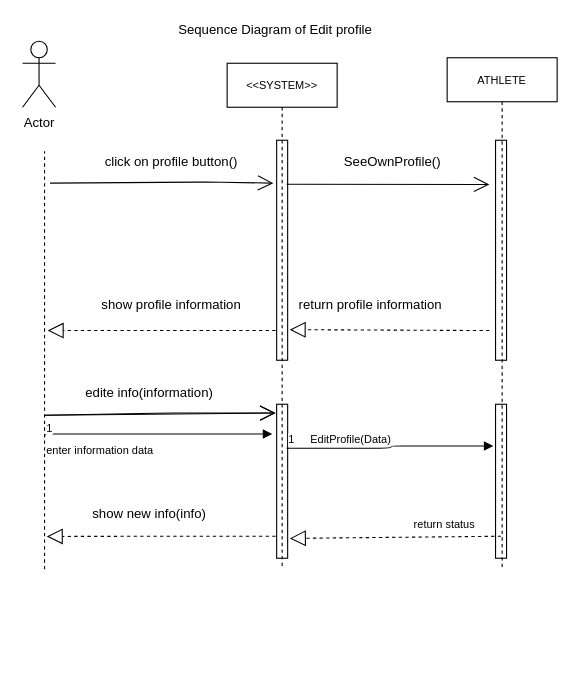
The draw.io diagram Behavioral Modeling/Sequence Diagram of Edit profile.drawio in mmohajer9/sama-online-coaching-system, before the edit. Source tidied: cells renumbered, new cells numbered last; positions are measured from the earlier drawing's top-left corner, leaving out a move shared by most shapes. Both pictures are drawn from the tidied source at 110%, with x=0, y=0 at pixel (22, 19).
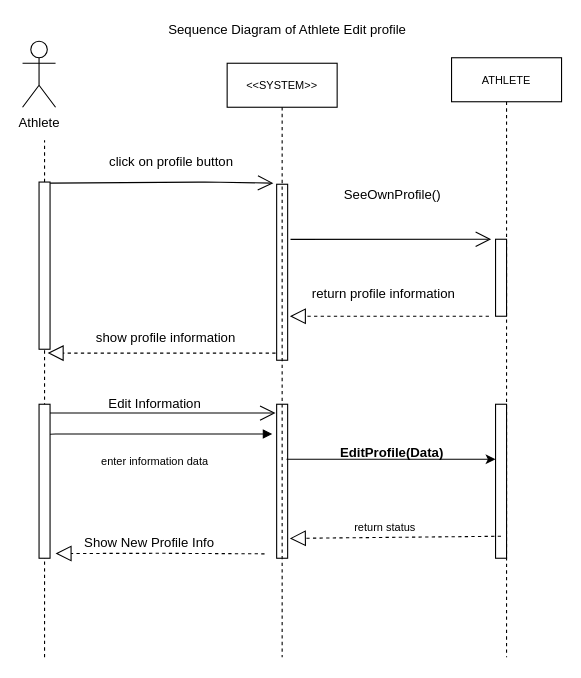
The same page after the edit.

Unchanged cells that the change refers to:
```xml
<mxCell id="23" style="html=1;points=[];perimeter=orthogonalPerimeter;" parent="1" vertex="1">
  <mxGeometry x="430" y="350" width="10" height="140" as="geometry" />
</mxCell>
```

The edit, as a diff of the source:
```diff
@@
-    <mxCell id="2" value="Actor" style="shape=umlActor;verticalLabelPosition=bottom;labelBackgroundColor=#ffffff;verticalAlign=top;html=1;" parent="1" vertex="1">
+    <mxCell id="2" value="Athlete" style="shape=umlActor;verticalLabelPosition=bottom;labelBackgroundColor=#ffffff;verticalAlign=top;html=1;" parent="1" vertex="1">
       <mxGeometry y="20" width="30" height="60" as="geometry" />
     </mxCell>
     <mxCell id="3" style="html=1;points=[];perimeter=orthogonalPerimeter;" parent="1" vertex="1">
-      <mxGeometry x="430" y="110" width="10" height="200" as="geometry" />
+      <mxGeometry x="430" y="200" width="10" height="70" as="geometry" />
     </mxCell>
-    <mxCell id="4" value="click on profile button()" style="text;html=1;align=center;verticalAlign=middle;" parent="1" vertex="1">
-      <mxGeometry x="65" y="120" width="140" height="20" as="geometry" />
+    <mxCell id="4" value="click on profile button" style="text;html=1;align=center;verticalAlign=middle;" parent="1" vertex="1">
+      <mxGeometry x="70" y="120" width="130" height="20" as="geometry" />
     </mxCell>
@@
     <mxCell id="6" style="endArrow=block;dashed=1;endFill=0;endSize=12;html=1;entryX=1.28;entryY=0.865;entryDx=0;entryDy=0;entryPerimeter=0;" parent="1" edge="1">
       <mxGeometry relative="1" as="geometry">
-        <mxPoint x="230" y="283" as="sourcePoint" />
-        <mxPoint x="22.8" y="283" as="targetPoint" />
+        <mxPoint x="230" y="303.5" as="sourcePoint" />
+        <mxPoint x="22.8" y="303.5" as="targetPoint" />
       </mxGeometry>
     </mxCell>
     <mxCell id="7" value="show profile information&lt;br&gt;" style="text;html=1;align=center;verticalAlign=middle;" parent="1" vertex="1">
-      <mxGeometry x="65" y="250" width="140" height="20" as="geometry" />
+      <mxGeometry x="60" y="280" width="140" height="20" as="geometry" />
     </mxCell>
@@
     <mxCell id="9" style="endArrow=open;endFill=1;endSize=12;html=1;" parent="1" edge="1">
       <mxGeometry relative="1" as="geometry">
-        <mxPoint x="20" y="360" as="sourcePoint" />
+        <mxPoint x="20" y="358" as="sourcePoint" />
         <mxPoint x="230" y="358" as="targetPoint" />
       </mxGeometry>
     </mxCell>
     <mxCell id="10" style="endArrow=block;dashed=1;endFill=0;endSize=12;html=1;entryX=1.2;entryY=0.876;entryDx=0;entryDy=0;entryPerimeter=0;" parent="1" edge="1">
       <mxGeometry relative="1" as="geometry">
-        <mxPoint x="230" y="470" as="sourcePoint" />
-        <mxPoint x="22" y="470.2" as="targetPoint" />
+        <mxPoint x="220" y="486" as="sourcePoint" />
+        <mxPoint x="30" y="485.7" as="targetPoint" />
         <Array as="points">
-          <mxPoint x="120" y="470" />
+          <mxPoint x="128" y="485.5" />
         </Array>
       </mxGeometry>
     </mxCell>
     <mxCell id="11" style="html=1;points=[];perimeter=orthogonalPerimeter;" parent="1" vertex="1">
-      <mxGeometry x="231" y="110" width="10" height="200" as="geometry" />
+      <mxGeometry x="231" y="150" width="10" height="160" as="geometry" />
     </mxCell>
-    <mxCell id="12" style="endArrow=open;endFill=1;endSize=12;html=1;entryX=-0.56;entryY=0.201;entryDx=0;entryDy=0;entryPerimeter=0;" parent="1" edge="1" target="3">
+    <mxCell id="12" style="endArrow=open;endFill=1;endSize=12;html=1;exitX=1.26;exitY=0.313;exitDx=0;exitDy=0;exitPerimeter=0;" parent="1" edge="1" source="11">
       <mxGeometry relative="1" as="geometry">
-        <mxPoint x="240" y="150" as="sourcePoint" />
+        <mxPoint x="426" y="200" as="targetPoint" />
       </mxGeometry>
     </mxCell>
     <mxCell id="13" value="SeeOwnProfile()" style="text;html=1;align=center;verticalAlign=middle;" parent="1" vertex="1">
-      <mxGeometry x="285.5" y="120" width="100" height="20" as="geometry" />
+      <mxGeometry x="286" y="150" width="100" height="20" as="geometry" />
     </mxCell>
-    <mxCell id="14" style="endArrow=block;dashed=1;endFill=0;endSize=12;html=1;entryX=1.18;entryY=0.861;entryDx=0;entryDy=0;entryPerimeter=0;exitX=-0.56;exitY=0.865;exitDx=0;exitDy=0;exitPerimeter=0;" parent="1" edge="1" source="3" target="11">
-      <mxGeometry relative="1" as="geometry" />
+    <mxCell id="14" style="endArrow=block;dashed=1;endFill=0;endSize=12;html=1;" parent="1" edge="1">
+      <mxGeometry relative="1" as="geometry">
+        <mxPoint x="424" y="270" as="sourcePoint" />
+        <mxPoint x="243" y="270" as="targetPoint" />
+        <Array as="points">
+          <mxPoint x="370" y="270" />
+        </Array>
+      </mxGeometry>
     </mxCell>
     <mxCell id="15" value="return profile information" style="text;html=1;align=center;verticalAlign=middle;" parent="1" vertex="1">
-      <mxGeometry x="240.5" y="250" width="150" height="20" as="geometry" />
+      <mxGeometry x="253" y="240" width="150" height="20" as="geometry" />
     </mxCell>
-    <mxCell id="16" value="edite info(information)" style="text;html=1;align=center;verticalAlign=middle;" parent="1" vertex="1">
-      <mxGeometry x="50" y="330" width="130" height="20" as="geometry" />
+    <mxCell id="16" value="Edit Information" style="text;html=1;align=center;verticalAlign=middle;" parent="1" vertex="1">
+      <mxGeometry x="70" y="340" width="100" height="20" as="geometry" />
     </mxCell>
-    <mxCell id="17" value="show new info(info)" style="text;html=1;align=center;verticalAlign=middle;" parent="1" vertex="1">
-      <mxGeometry x="55" y="440" width="120" height="20" as="geometry" />
+    <mxCell id="17" value="Show New Profile Info" style="text;html=1;align=center;verticalAlign=middle;" parent="1" vertex="1">
+      <mxGeometry x="50" y="466" width="130" height="20" as="geometry" />
     </mxCell>
-    <mxCell id="18" value="Sequence Diagram of Edit profile" style="text;html=1;strokeColor=none;fillColor=none;align=center;verticalAlign=middle;whiteSpace=wrap;rounded=0;" parent="1" vertex="1">
-      <mxGeometry x="65" width="330" height="20" as="geometry" />
+    <mxCell id="18" value="Sequence Diagram of Athlete Edit profile" style="text;html=1;strokeColor=none;fillColor=none;align=center;verticalAlign=middle;whiteSpace=wrap;rounded=0;" parent="1" vertex="1">
+      <mxGeometry x="76" width="330" height="20" as="geometry" />
     </mxCell>
-    <mxCell id="19" style="endArrow=none;dashed=1;html=1;" parent="1" edge="1">
+    <mxCell id="19" style="endArrow=none;dashed=1;html=1;" parent="1" edge="1" source="31">
       <mxGeometry relative="1" as="geometry">
-        <mxPoint x="20" y="500" as="sourcePoint" />
-        <mxPoint x="20" y="120" as="targetPoint" />
+        <mxPoint x="20" y="110" as="targetPoint" />
       </mxGeometry>
     </mxCell>
-    <mxCell id="20" style="endArrow=open;endFill=1;endSize=12;html=1;" parent="1" edge="1">
-      <mxGeometry relative="1" as="geometry">
-        <mxPoint x="20" y="360" as="sourcePoint" />
-        <mxPoint x="230" y="358" as="targetPoint" />
-        <Array as="points">
-          <mxPoint x="130" y="358" />
-        </Array>
-      </mxGeometry>
-    </mxCell>
-    <mxCell id="21" value="enter information data" style="endArrow=block;endFill=1;html=1;edgeStyle=orthogonalEdgeStyle;align=left;verticalAlign=top;fontSize=10;" parent="1" edge="1">
-      <mxGeometry x="-1" relative="1" as="geometry">
+    <mxCell id="21" value="enter information data" style="endArrow=block;endFill=1;html=1;edgeStyle=orthogonalEdgeStyle;align=center;verticalAlign=top;fontSize=10;" parent="1" edge="1">
+      <mxGeometry x="-0.02" y="-13" relative="1" as="geometry">
         <mxPoint x="20" y="380" as="sourcePoint" />
         <mxPoint x="227" y="377" as="targetPoint" />
         <Array as="points">
           <mxPoint x="20" y="377" />
         </Array>
       </mxGeometry>
     </mxCell>
-    <mxCell id="22" value="1" style="html=1;align=left;verticalAlign=bottom;labelBackgroundColor=#ffffff;fontSize=10;" parent="21" vertex="1">
-      <mxGeometry x="-1" relative="1" as="geometry" />
-    </mxCell>
@@
-    <mxCell id="24" value="EditProfile(Data)" style="endArrow=block;endFill=1;html=1;edgeStyle=orthogonalEdgeStyle;align=left;verticalAlign=top;fontSize=10;entryX=-0.2;entryY=0.271;entryDx=0;entryDy=0;entryPerimeter=0;" parent="1" edge="1" target="23">
-      <mxGeometry x="0.02" y="77" relative="1" as="geometry">
-        <mxPoint x="240" y="390" as="sourcePoint" />
-        <Array as="points">
-          <mxPoint x="335" y="390" />
-          <mxPoint x="335" y="388" />
-        </Array>
-        <mxPoint x="-75" y="59" as="offset" />
-      </mxGeometry>
-    </mxCell>
-    <mxCell id="25" value="1" style="html=1;align=left;verticalAlign=bottom;labelBackgroundColor=#ffffff;fontSize=10;" parent="24" vertex="1">
-      <mxGeometry x="-1" relative="1" as="geometry" />
-    </mxCell>
@@
     <mxCell id="27" value="return status&#10;" style="text;strokeColor=none;fillColor=none;align=left;verticalAlign=top;spacingLeft=4;spacingRight=4;overflow=hidden;fontSize=10;" parent="1" vertex="1">
-      <mxGeometry x="350" y="447" width="100" height="26" as="geometry" />
+      <mxGeometry x="296" y="450" width="100" height="26" as="geometry" />
     </mxCell>
     <mxCell id="28" value="&amp;lt;&amp;lt;SYSTEM&amp;gt;&amp;gt;" style="shape=umlLifeline;perimeter=lifelinePerimeter;whiteSpace=wrap;html=1;fontSize=10;" parent="1" vertex="1">
-      <mxGeometry x="186" y="40" width="100" height="460" as="geometry" />
+      <mxGeometry x="186" y="40" width="100" height="540" as="geometry" />
     </mxCell>
+    <mxCell id="30" style="endArrow=classic;html=1;" parent="28" edge="1">
+      <mxGeometry relative="1" as="geometry">
+        <mxPoint x="54" y="360" as="sourcePoint" />
+        <mxPoint x="244" y="360" as="targetPoint" />
+      </mxGeometry>
+    </mxCell>
     <mxCell id="29" value="ATHLETE" style="shape=umlLifeline;perimeter=lifelinePerimeter;whiteSpace=wrap;html=1;fontSize=10;" parent="1" vertex="1">
-      <mxGeometry x="386" y="35" width="100" height="465" as="geometry" />
+      <mxGeometry x="390" y="35" width="100" height="545" as="geometry" />
     </mxCell>
+    <mxCell id="31" style="html=1;points=[];perimeter=orthogonalPerimeter;" parent="1" vertex="1">
+      <mxGeometry x="15" y="148" width="10" height="152" as="geometry" />
+    </mxCell>
+    <mxCell id="32" style="endArrow=none;dashed=1;html=1;" parent="1" edge="1" target="31">
+      <mxGeometry relative="1" as="geometry">
+        <mxPoint x="20" y="580" as="sourcePoint" />
+      </mxGeometry>
+    </mxCell>
+    <mxCell id="33" style="html=1;perimeter=orthogonalPerimeter;" parent="1" vertex="1">
+      <mxGeometry x="15" y="350" width="10" height="140" as="geometry" />
+    </mxCell>
+    <mxCell id="24" value="EditProfile(Data)" style="text;align=center;fontStyle=1;verticalAlign=middle;spacingLeft=3;spacingRight=3;strokeColor=none;" parent="1" vertex="1">
+      <mxGeometry x="296" y="380" width="80" height="26" as="geometry" />
+    </mxCell>
```
